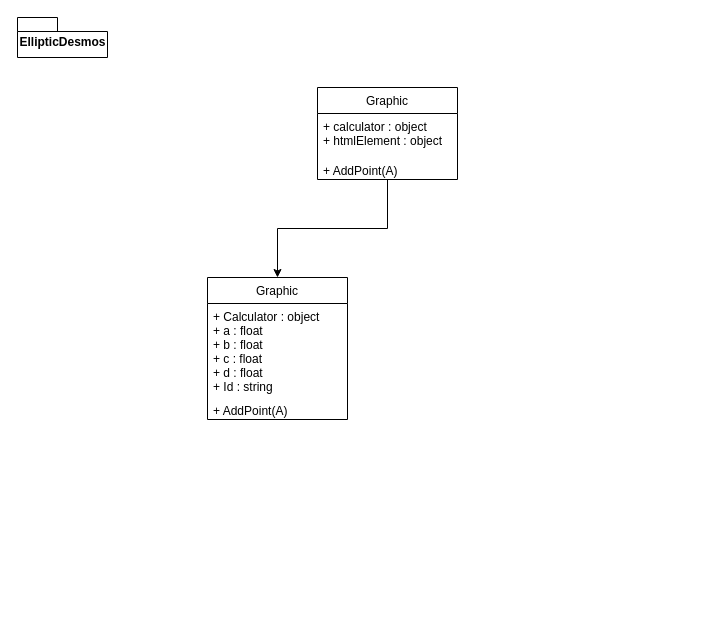
Before: page "InterfaceGraphique" (1 of 3) of Untitled Diagram.drawio in 0xtter/ExplorateurElliptique, a draw.io diagram. Source tidied: cells renumbered, new cells numbered last; positions are measured from the earlier drawing's top-left corner, leaving out a move shared by most shapes. Both pictures are drawn from the tidied source at 100%, with x=0, y=0 at pixel (17, 17).
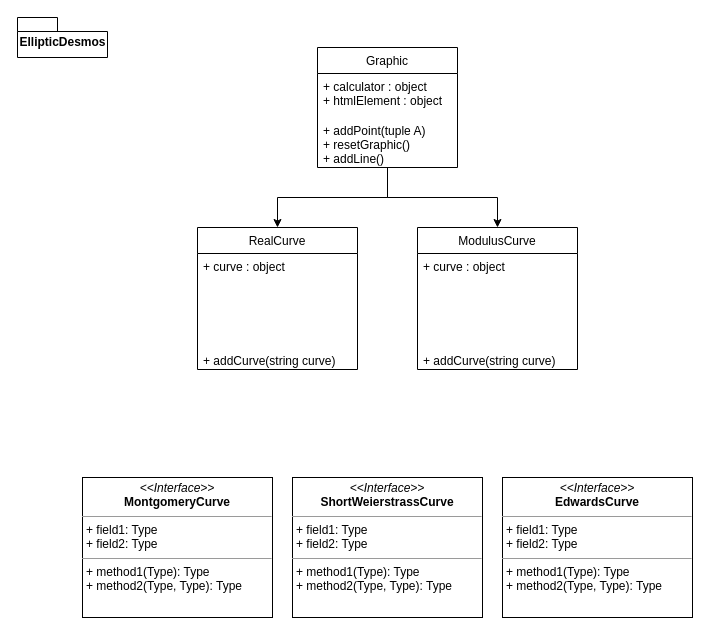
Above is the later version.

Diff of the diagram source:
```diff
@@
 <mxGraphModel>
   <root>
     <mxCell id="0" />
     <mxCell id="1" parent="0" />
     <mxCell id="2" value="EllipticDesmos" style="shape=folder;fontStyle=1;spacingTop=10;tabWidth=40;tabHeight=14;tabPosition=left;html=1;" parent="1" vertex="1">
       <mxGeometry width="90" height="40" as="geometry" />
     </mxCell>
     <mxCell id="3" style="edgeStyle=orthogonalEdgeStyle;rounded=0;jettySize=auto;html=1;entryX=0.5;entryY=0;entryDx=0;entryDy=0;" parent="1" edge="1" source="4" target="7">
       <mxGeometry relative="1" as="geometry" />
     </mxCell>
+    <mxCell id="10" style="edgeStyle=orthogonalEdgeStyle;rounded=0;jettySize=auto;html=1;entryX=0.5;entryY=0;entryDx=0;entryDy=0;" parent="1" edge="1" source="4" target="11">
+      <mxGeometry relative="1" as="geometry" />
+    </mxCell>
     <mxCell id="4" value="Graphic" style="swimlane;fontStyle=0;horizontal=1;startSize=26;fillColor=none;" parent="1" vertex="1">
-      <mxGeometry x="300" y="70" width="140" height="92" as="geometry" />
+      <mxGeometry x="300" y="30" width="140" height="120" as="geometry" />
     </mxCell>
     <mxCell id="5" value="+ calculator : object&#10;+ htmlElement : object" style="text;strokeColor=none;fillColor=none;align=left;verticalAlign=top;spacingLeft=4;spacingRight=4;overflow=hidden;" parent="4" vertex="1">
       <mxGeometry y="26" width="140" height="44" as="geometry" />
     </mxCell>
-    <mxCell id="6" value="+ AddPoint(A) " style="text;strokeColor=none;fillColor=none;align=left;verticalAlign=top;spacingLeft=4;spacingRight=4;overflow=hidden;sketch=0;gradientColor=#B3FF66;rounded=0;glass=0;absoluteArcSize=0;" parent="4" vertex="1">
-      <mxGeometry y="70" width="140" height="22" as="geometry" />
+    <mxCell id="6" value="+ addPoint(tuple A) &#10;+ resetGraphic()&#10;+ addLine()" style="text;strokeColor=none;fillColor=none;align=left;verticalAlign=top;spacingLeft=4;spacingRight=4;overflow=hidden;sketch=0;gradientColor=#B3FF66;rounded=0;glass=0;absoluteArcSize=0;" parent="4" vertex="1">
+      <mxGeometry y="70" width="140" height="50" as="geometry" />
     </mxCell>
-    <mxCell id="7" value="Graphic" style="swimlane;fontStyle=0;horizontal=1;startSize=26;fillColor=none;" parent="1" vertex="1">
-      <mxGeometry x="190" y="260" width="140" height="142" as="geometry" />
+    <mxCell id="7" value="RealCurve" style="swimlane;fontStyle=0;horizontal=1;startSize=26;fillColor=none;" parent="1" vertex="1">
+      <mxGeometry x="180" y="210" width="160" height="142" as="geometry" />
     </mxCell>
-    <mxCell id="8" value="+ Calculator : object&#10;+ a : float&#10;+ b : float&#10;+ c : float&#10;+ d : float&#10;+ Id : string" style="text;strokeColor=none;fillColor=none;align=left;verticalAlign=top;spacingLeft=4;spacingRight=4;overflow=hidden;" parent="7" vertex="1">
-      <mxGeometry y="26" width="140" height="94" as="geometry" />
+    <mxCell id="8" value="+ curve : object" style="text;strokeColor=none;fillColor=none;align=left;verticalAlign=top;spacingLeft=4;spacingRight=4;overflow=hidden;" parent="7" vertex="1">
+      <mxGeometry y="26" width="160" height="94" as="geometry" />
     </mxCell>
-    <mxCell id="9" value="+ AddPoint(A) " style="text;strokeColor=none;fillColor=none;align=left;verticalAlign=top;spacingLeft=4;spacingRight=4;overflow=hidden;sketch=0;gradientColor=#B3FF66;rounded=0;glass=0;absoluteArcSize=0;" parent="7" vertex="1">
-      <mxGeometry y="120" width="140" height="22" as="geometry" />
+    <mxCell id="9" value="+ addCurve(string curve) " style="text;strokeColor=none;fillColor=none;align=left;verticalAlign=top;spacingLeft=4;spacingRight=4;overflow=hidden;sketch=0;gradientColor=#B3FF66;rounded=0;glass=0;absoluteArcSize=0;" parent="7" vertex="1">
+      <mxGeometry y="120" width="160" height="22" as="geometry" />
     </mxCell>
+    <mxCell id="11" value="ModulusCurve" style="swimlane;fontStyle=0;horizontal=1;startSize=26;fillColor=none;" parent="1" vertex="1">
+      <mxGeometry x="400" y="210" width="160" height="142" as="geometry" />
+    </mxCell>
+    <mxCell id="12" value="+ curve : object" style="text;strokeColor=none;fillColor=none;align=left;verticalAlign=top;spacingLeft=4;spacingRight=4;overflow=hidden;" parent="11" vertex="1">
+      <mxGeometry y="26" width="160" height="94" as="geometry" />
+    </mxCell>
+    <mxCell id="13" value="+ addCurve(string curve) " style="text;strokeColor=none;fillColor=none;align=left;verticalAlign=top;spacingLeft=4;spacingRight=4;overflow=hidden;sketch=0;gradientColor=#B3FF66;rounded=0;glass=0;absoluteArcSize=0;" parent="11" vertex="1">
+      <mxGeometry y="120" width="160" height="22" as="geometry" />
+    </mxCell>
+    <mxCell id="14" value="&lt;p style=&quot;margin: 0px ; margin-top: 4px ; text-align: center&quot;&gt;&lt;i&gt;&amp;lt;&amp;lt;Interface&amp;gt;&amp;gt;&lt;/i&gt;&lt;br&gt;&lt;b&gt;MontgomeryCurve&lt;/b&gt;&lt;/p&gt;&lt;hr size=&quot;1&quot;&gt;&lt;p style=&quot;margin: 0px ; margin-left: 4px&quot;&gt;+ field1: Type&lt;br&gt;+ field2: Type&lt;/p&gt;&lt;hr size=&quot;1&quot;&gt;&lt;p style=&quot;margin: 0px ; margin-left: 4px&quot;&gt;+ method1(Type): Type&lt;br&gt;+ method2(Type, Type): Type&lt;/p&gt;" style="verticalAlign=top;align=left;overflow=fill;fontSize=12;fontFamily=Helvetica;html=1;" parent="1" vertex="1">
+      <mxGeometry x="65" y="460" width="190" height="140" as="geometry" />
+    </mxCell>
+    <mxCell id="15" value="&lt;p style=&quot;margin: 0px ; margin-top: 4px ; text-align: center&quot;&gt;&lt;i&gt;&amp;lt;&amp;lt;Interface&amp;gt;&amp;gt;&lt;/i&gt;&lt;br&gt;&lt;b&gt;ShortWeierstrassCurve&lt;/b&gt;&lt;/p&gt;&lt;hr size=&quot;1&quot;&gt;&lt;p style=&quot;margin: 0px ; margin-left: 4px&quot;&gt;+ field1: Type&lt;br&gt;+ field2: Type&lt;/p&gt;&lt;hr size=&quot;1&quot;&gt;&lt;p style=&quot;margin: 0px ; margin-left: 4px&quot;&gt;+ method1(Type): Type&lt;br&gt;+ method2(Type, Type): Type&lt;/p&gt;" style="verticalAlign=top;align=left;overflow=fill;fontSize=12;fontFamily=Helvetica;html=1;" parent="1" vertex="1">
+      <mxGeometry x="275" y="460" width="190" height="140" as="geometry" />
+    </mxCell>
+    <mxCell id="16" value="&lt;p style=&quot;margin: 0px ; margin-top: 4px ; text-align: center&quot;&gt;&lt;i&gt;&amp;lt;&amp;lt;Interface&amp;gt;&amp;gt;&lt;/i&gt;&lt;br&gt;&lt;b&gt;EdwardsCurve&lt;/b&gt;&lt;/p&gt;&lt;hr size=&quot;1&quot;&gt;&lt;p style=&quot;margin: 0px ; margin-left: 4px&quot;&gt;+ field1: Type&lt;br&gt;+ field2: Type&lt;/p&gt;&lt;hr size=&quot;1&quot;&gt;&lt;p style=&quot;margin: 0px ; margin-left: 4px&quot;&gt;+ method1(Type): Type&lt;br&gt;+ method2(Type, Type): Type&lt;/p&gt;" style="verticalAlign=top;align=left;overflow=fill;fontSize=12;fontFamily=Helvetica;html=1;" parent="1" vertex="1">
+      <mxGeometry x="485" y="460" width="190" height="140" as="geometry" />
+    </mxCell>
   </root>
 </mxGraphModel>
```
